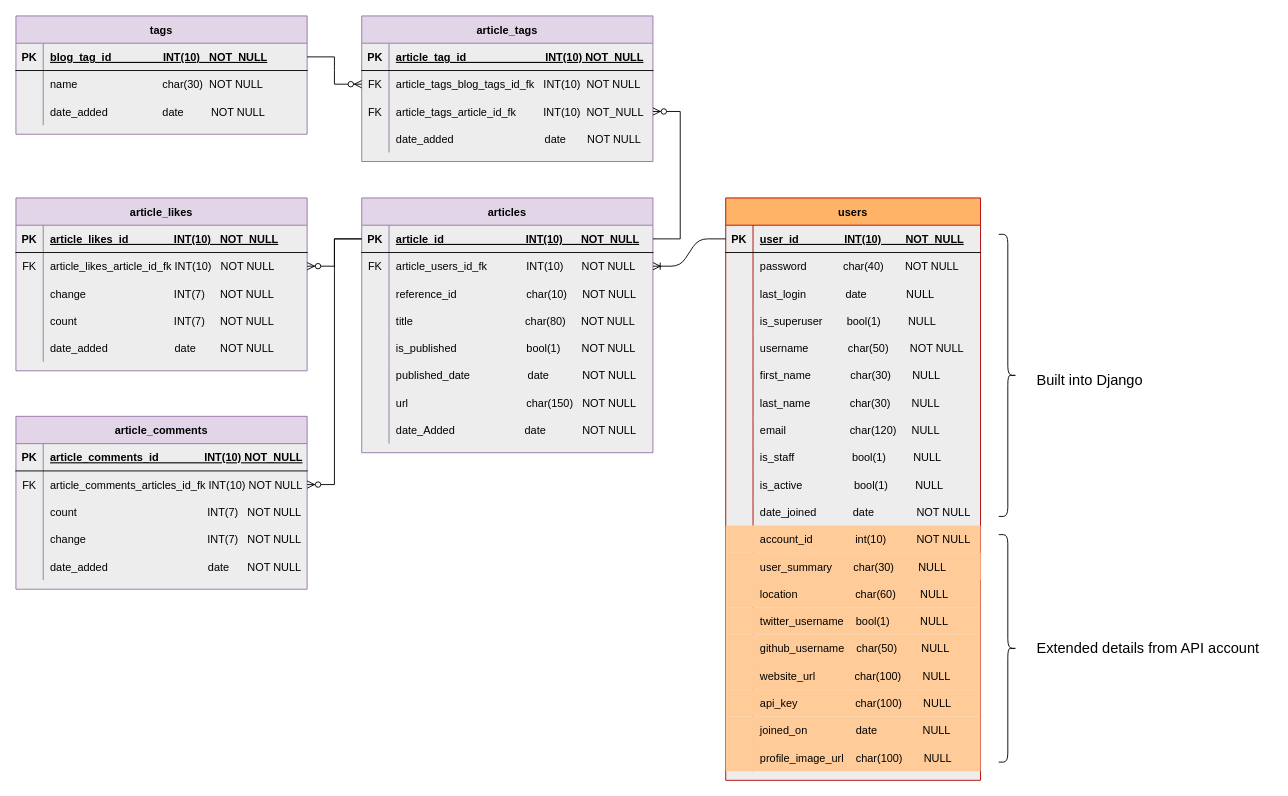
Above: development_docs/003-db-design.drawio in York13Pud/python-project-dev-to-stats (draw.io), before the change. Source tidied: cells renumbered, new cells numbered last; positions are measured from the earlier drawing's top-left corner, leaving out a move shared by most shapes. Both pictures are drawn from the tidied source at 91%, with x=0, y=0 at pixel (15, 15).
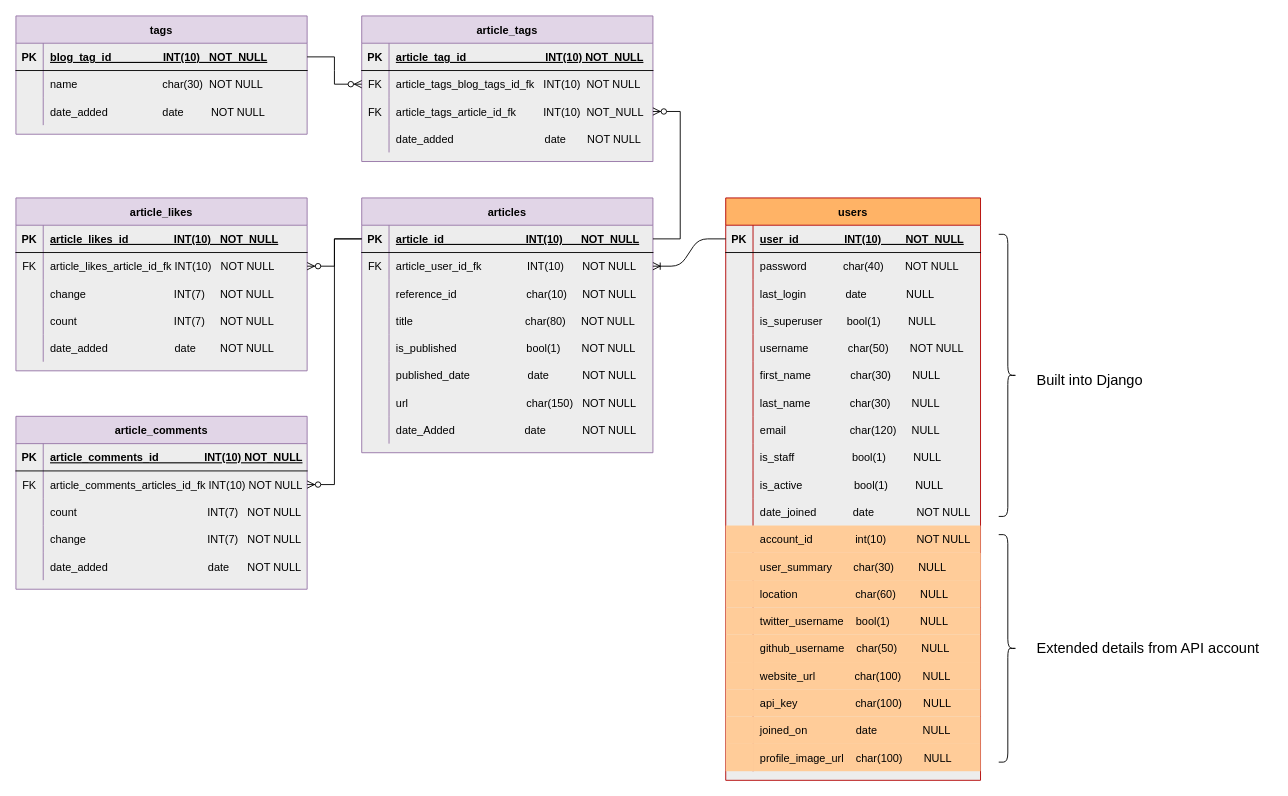
The same diagram, later.

The change refers to these unchanged cells:
```xml
<mxCell id="6" style="shape=tableRow;horizontal=0;startSize=0;swimlaneHead=0;swimlaneBody=0;fillColor=none;points=[[0,0.5],[1,0.5]];portConstraint=eastwest;top=0;left=0;right=0;bottom=0;fontColor=#000000;" parent="2" vertex="1">
  <mxGeometry y="60" width="320" height="30" as="geometry" />
</mxCell>
```

Diff of the diagram source:
```diff
@@
-    <mxCell id="8" value="article_users_id_fk             INT(10)      NOT NULL" style="shape=partialRectangle;fillColor=none;top=0;left=0;bottom=0;right=0;align=left;spacingLeft=6;overflow=hidden;fontColor=#000000;" parent="6" vertex="1">
+    <mxCell id="8" value="article_user_id_fk               INT(10)      NOT NULL" style="shape=partialRectangle;fillColor=none;top=0;left=0;bottom=0;right=0;align=left;spacingLeft=6;overflow=hidden;fontColor=#000000;" parent="6" vertex="1">
       <mxGeometry x="30" width="290" height="30" as="geometry" />
     </mxCell>
```
